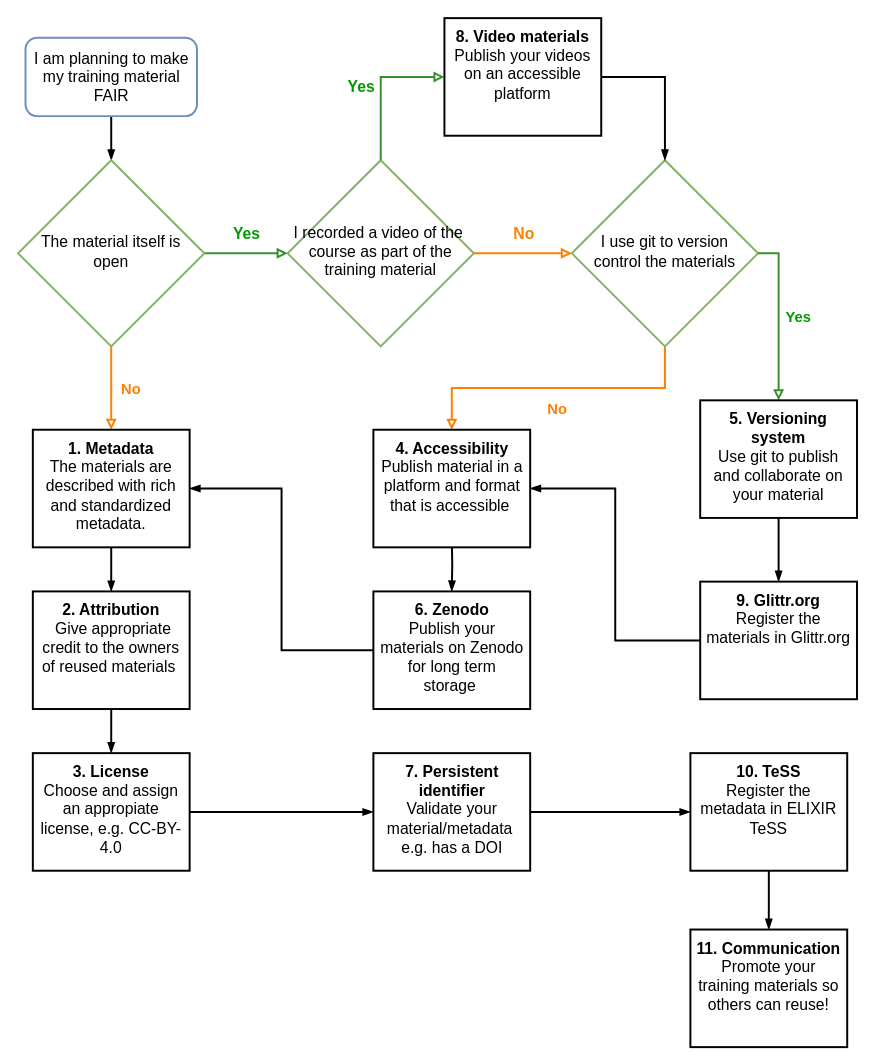
Before: FAIR_training_flowchart.drawio in elixir-europe-training/ELIXIR-TrP-FAIR-Training-Flowchart, a draw.io diagram. Source tidied: cells renumbered, new cells numbered last; positions are measured from the earlier drawing's top-left corner, leaving out a move shared by most shapes. Both pictures are drawn from the tidied source at 98%, with x=0, y=0 at pixel (18, 18).
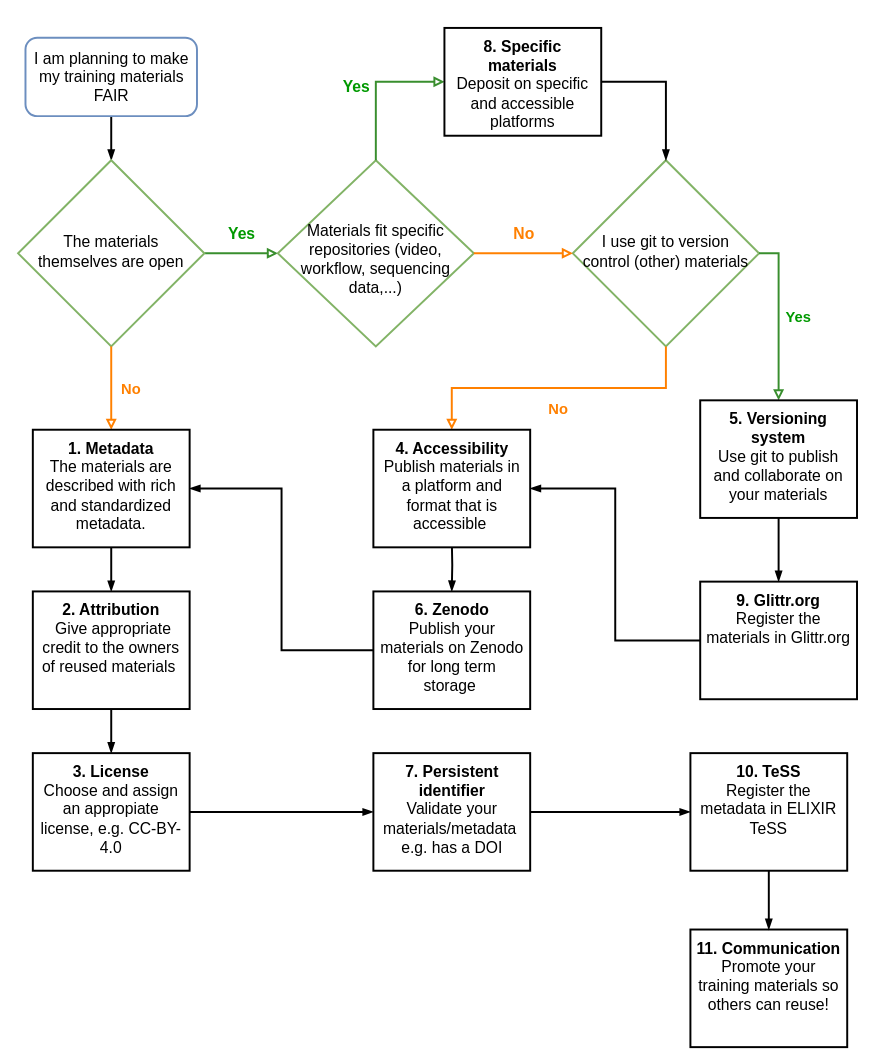
The same page after the edit.

What changed in the source:
```diff
@@
-    <mxCell id="3" value="&lt;p align=&quot;center&quot;&gt;I am planning to make my training&amp;nbsp;material FAIR&lt;/p&gt;" style="rounded=1;whiteSpace=wrap;html=1;fontSize=16;glass=0;strokeWidth=2;shadow=0;fillColor=none;strokeColor=#6c8ebf;align=center;" parent="1" vertex="1">
+    <mxCell id="3" value="&lt;p align=&quot;center&quot;&gt;I am planning to make my training&amp;nbsp;materials FAIR&lt;/p&gt;" style="rounded=1;whiteSpace=wrap;html=1;fontSize=16;glass=0;strokeWidth=2;shadow=0;fillColor=none;strokeColor=#6c8ebf;align=center;" parent="1" vertex="1">
       <mxGeometry x="7.5" y="20" width="175" height="80" as="geometry" />
     </mxCell>
@@
+    <mxCell id="34" style="edgeStyle=orthogonalEdgeStyle;rounded=0;jettySize=auto;html=1;exitX=0;exitY=0.5;exitDx=0;exitDy=0;" parent="1" edge="1" source="5">
+      <mxGeometry relative="1" as="geometry">
+        <mxPoint x="265" y="240" as="targetPoint" />
+      </mxGeometry>
+    </mxCell>
-    <mxCell id="5" value="I recorded a video of the&amp;nbsp;&lt;div&gt;course as part of the training material&lt;/div&gt;" style="rhombus;whiteSpace=wrap;html=1;shadow=0;fontFamily=Helvetica;fontSize=16;align=center;strokeWidth=2;spacing=6;spacingTop=-4;fillColor=none;strokeColor=#82b366;" parent="1" vertex="1">
-      <mxGeometry x="275" y="145" width="190" height="190" as="geometry" />
+    <mxCell id="5" value="Materials fit specific repositories (video, workflow, sequencing data,...)" style="rhombus;whiteSpace=wrap;html=1;shadow=0;fontFamily=Helvetica;fontSize=16;align=center;strokeWidth=2;spacing=0;spacingTop=12;fillColor=none;strokeColor=#82b366;verticalAlign=middle;" parent="1" vertex="1">
+      <mxGeometry x="265" y="145" width="200" height="190" as="geometry" />
     </mxCell>
@@
-    <mxCell id="7" value="I use git to version control the materials" style="rhombus;whiteSpace=wrap;html=1;shadow=0;fontFamily=Helvetica;fontSize=16;align=center;strokeWidth=2;spacing=6;spacingTop=-4;fillColor=none;strokeColor=#82b366;" parent="1" vertex="1">
-      <mxGeometry x="565" y="145" width="190" height="190" as="geometry" />
+    <mxCell id="7" value="I use git to version control (other) materials" style="rhombus;whiteSpace=wrap;html=1;shadow=0;fontFamily=Helvetica;fontSize=16;align=center;strokeWidth=2;spacing=6;spacingTop=-4;fillColor=none;strokeColor=#82b366;" parent="1" vertex="1">
+      <mxGeometry x="566" y="145" width="190" height="190" as="geometry" />
     </mxCell>
@@
-    <mxCell id="11" value="The material itself is open" style="rhombus;whiteSpace=wrap;html=1;shadow=0;fontFamily=Helvetica;fontSize=16;align=center;strokeWidth=2;spacing=6;spacingTop=-4;fillColor=none;strokeColor=#82b366;" parent="1" vertex="1">
+    <mxCell id="11" value="The materials themselves are open" style="rhombus;whiteSpace=wrap;html=1;shadow=0;fontFamily=Helvetica;fontSize=16;align=center;strokeWidth=2;spacing=6;spacingTop=-4;fillColor=none;strokeColor=#82b366;" parent="1" vertex="1">
       <mxGeometry y="145" width="190" height="190" as="geometry" />
     </mxCell>
@@
-    <mxCell id="21" value="&lt;div&gt;&lt;font&gt;&lt;span style=&quot;font-weight: 700;&quot;&gt;8. Video materials&lt;/span&gt;&lt;/font&gt;&lt;p style=&quot;margin-top: 0pt; margin-bottom: 0pt; margin-left: 0in; direction: ltr; unicode-bidi: embed; word-break: normal;&quot;&gt;&lt;font&gt;&lt;span&gt;Publish your videos on an accessible platform&lt;/span&gt;&lt;/font&gt;&lt;/p&gt;&lt;/div&gt;" style="rounded=0;whiteSpace=wrap;html=1;spacing=5;verticalAlign=top;strokeWidth=2;fontSize=16;" parent="1" vertex="1">
-      <mxGeometry x="435" width="160" height="120" as="geometry" />
+    <mxCell id="21" value="&lt;div&gt;&lt;font&gt;&lt;span style=&quot;font-weight: 700;&quot;&gt;8. Specific materials&lt;/span&gt;&lt;/font&gt;&lt;p style=&quot;margin-top: 0pt; margin-bottom: 0pt; margin-left: 0in; direction: ltr; unicode-bidi: embed; word-break: normal;&quot;&gt;&lt;font&gt;&lt;span&gt;Deposit on specific and accessible platforms&lt;/span&gt;&lt;/font&gt;&lt;/p&gt;&lt;/div&gt;" style="rounded=0;whiteSpace=wrap;html=1;spacing=5;verticalAlign=top;strokeWidth=2;fontSize=16;" parent="1" vertex="1">
+      <mxGeometry x="435" y="10" width="160" height="110" as="geometry" />
     </mxCell>
-    <mxCell id="22" value="&lt;div&gt;&lt;font style=&quot;font-size: 16px;&quot;&gt;&lt;span style=&quot;font-weight: 700;&quot;&gt;5. Versioning system&lt;/span&gt;&lt;/font&gt;&lt;p style=&quot;margin-top: 0pt; margin-bottom: 0pt; margin-left: 0in; direction: ltr; unicode-bidi: embed; word-break: normal;&quot;&gt;&lt;font size=&quot;3&quot;&gt;&lt;span&gt;Use git to publish and collaborate on your material&lt;/span&gt;&lt;/font&gt;&lt;/p&gt;&lt;/div&gt;" style="rounded=0;whiteSpace=wrap;html=1;spacing=5;verticalAlign=top;strokeWidth=2;" parent="1" vertex="1">
+    <mxCell id="22" value="&lt;div&gt;&lt;font style=&quot;font-size: 16px;&quot;&gt;&lt;span style=&quot;font-weight: 700;&quot;&gt;5. Versioning system&lt;/span&gt;&lt;/font&gt;&lt;p style=&quot;margin-top: 0pt; margin-bottom: 0pt; margin-left: 0in; direction: ltr; unicode-bidi: embed; word-break: normal;&quot;&gt;&lt;font size=&quot;3&quot;&gt;&lt;span&gt;Use git to publish and collaborate on your materials&lt;/span&gt;&lt;/font&gt;&lt;/p&gt;&lt;/div&gt;" style="rounded=0;whiteSpace=wrap;html=1;spacing=5;verticalAlign=top;strokeWidth=2;" parent="1" vertex="1">
       <mxGeometry x="696" y="390" width="160" height="120" as="geometry" />
     </mxCell>
@@
-    <mxCell id="26" value="&lt;div&gt;&lt;font style=&quot;font-size: 16px;&quot;&gt;&lt;span style=&quot;font-weight: 700;&quot;&gt;4. Accessibility&lt;/span&gt;&lt;/font&gt;&lt;p style=&quot;margin-top: 0pt; margin-bottom: 0pt; margin-left: 0in; direction: ltr; unicode-bidi: embed; word-break: normal;&quot;&gt;&lt;font size=&quot;3&quot;&gt;&lt;span&gt;Publish material in a platform and format that is accessible&amp;nbsp;&lt;/span&gt;&lt;/font&gt;&lt;/p&gt;&lt;/div&gt;" style="rounded=0;whiteSpace=wrap;html=1;spacing=5;verticalAlign=top;strokeWidth=2;" parent="1" vertex="1">
+    <mxCell id="26" value="&lt;div&gt;&lt;font style=&quot;font-size: 16px;&quot;&gt;&lt;span style=&quot;font-weight: 700;&quot;&gt;4. Accessibility&lt;/span&gt;&lt;/font&gt;&lt;p style=&quot;margin-top: 0pt; margin-bottom: 0pt; margin-left: 0in; direction: ltr; unicode-bidi: embed; word-break: normal;&quot;&gt;&lt;font size=&quot;3&quot;&gt;&lt;span&gt;Publish materials in a platform and format that is accessible&amp;nbsp;&lt;/span&gt;&lt;/font&gt;&lt;/p&gt;&lt;/div&gt;" style="rounded=0;whiteSpace=wrap;html=1;spacing=5;verticalAlign=top;strokeWidth=2;" parent="1" vertex="1">
       <mxGeometry x="362.5" y="420" width="160" height="120" as="geometry" />
     </mxCell>
@@
-    <mxCell id="31" value="&lt;div&gt;&lt;font style=&quot;font-size: 16px;&quot;&gt;&lt;span style=&quot;font-weight: 700;&quot;&gt;7. Persistent identifier&lt;/span&gt;&lt;/font&gt;&lt;p style=&quot;margin-top: 0pt; margin-bottom: 0pt; margin-left: 0in; direction: ltr; unicode-bidi: embed; word-break: normal;&quot;&gt;&lt;font size=&quot;3&quot;&gt;Validate your material/metadata&amp;nbsp; e.g. has a DOI&lt;/font&gt;&lt;/p&gt;&lt;/div&gt;" style="rounded=0;whiteSpace=wrap;html=1;spacing=5;verticalAlign=top;strokeWidth=2;" parent="1" vertex="1">
+    <mxCell id="31" value="&lt;div&gt;&lt;font style=&quot;font-size: 16px;&quot;&gt;&lt;span style=&quot;font-weight: 700;&quot;&gt;7. Persistent identifier&lt;/span&gt;&lt;/font&gt;&lt;p style=&quot;margin-top: 0pt; margin-bottom: 0pt; margin-left: 0in; direction: ltr; unicode-bidi: embed; word-break: normal;&quot;&gt;&lt;font size=&quot;3&quot;&gt;Validate your materials/metadata&amp;nbsp; e.g. has a DOI&lt;/font&gt;&lt;/p&gt;&lt;/div&gt;" style="rounded=0;whiteSpace=wrap;html=1;spacing=5;verticalAlign=top;strokeWidth=2;" parent="1" vertex="1">
       <mxGeometry x="362.5" y="750" width="160" height="120" as="geometry" />
     </mxCell>
```
